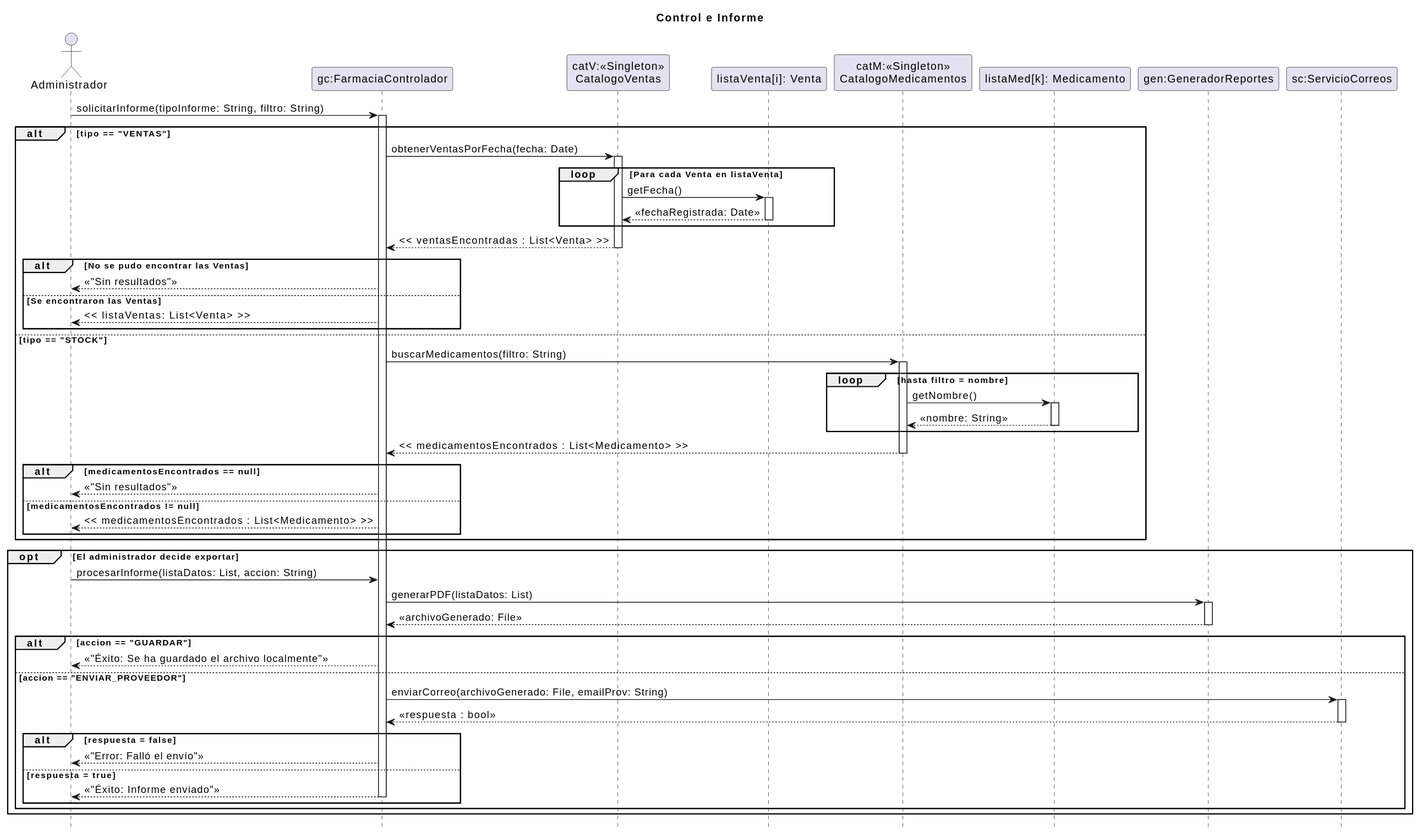
Before: 08 - Diagramas de Secuencia de Diseño/Control e Informe/CONTROL_E_INFORME.svg, a diagram exported from PlantUML (zEzequR/PF-I).
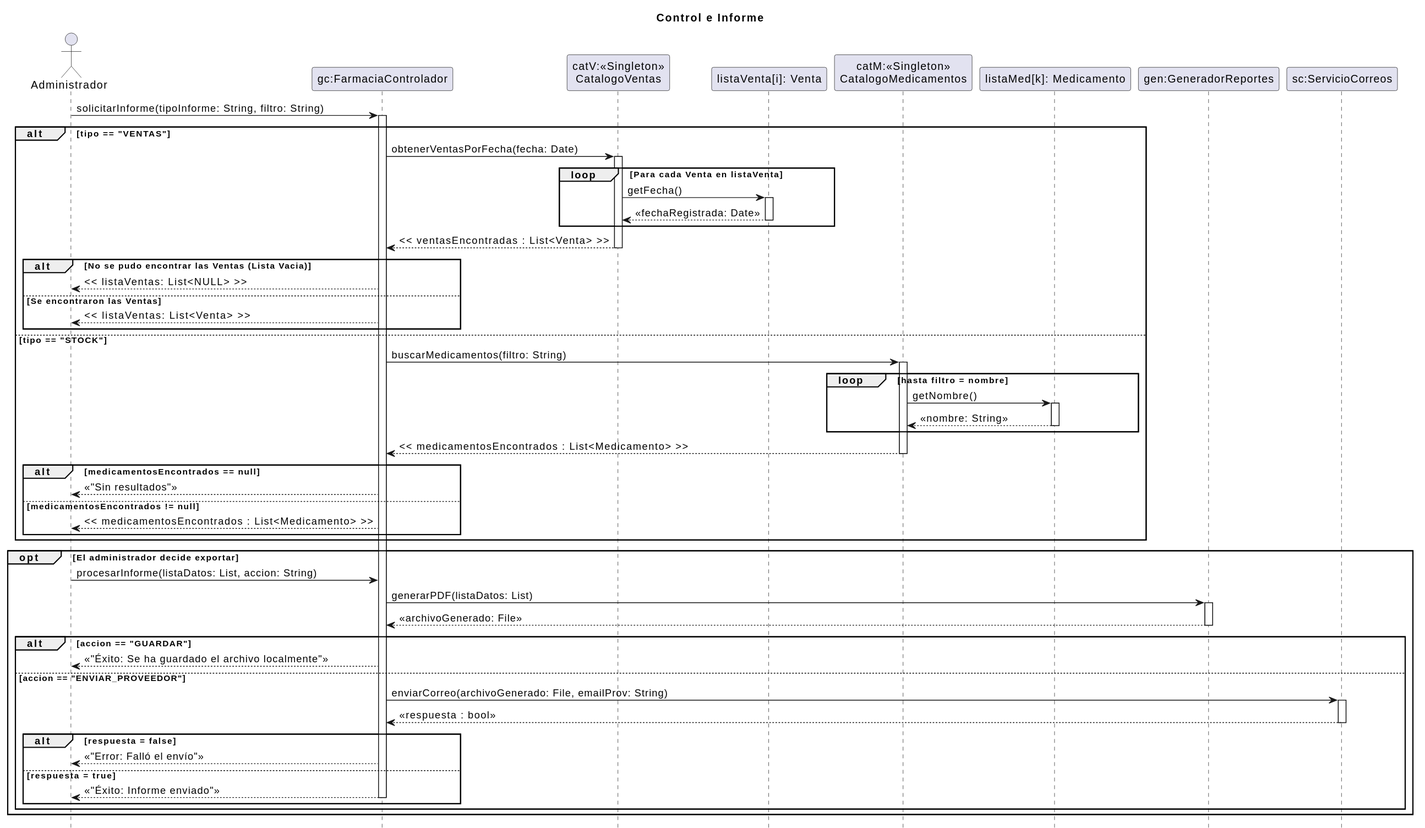
Later version of the same file.

Commit message:
Secuencia Control e Informe minor fix

Change to the diagram source:
```diff
@@ -27,8 +27,8 @@
     end
     cat_ventas --> ctrl : << ventasEncontradas : List<Venta> >>
     deactivate cat_ventas
-    alt No se pudo encontrar las Ventas
-        ctrl --> admin : << "Sin resultados" >>
+    alt No se pudo encontrar las Ventas (Lista Vacia)
+        ctrl --> admin : << listaVentas: List<NULL> >>
     else Se encontraron las Ventas
         ctrl --> admin : << listaVentas: List<Venta> >>
     end
```
